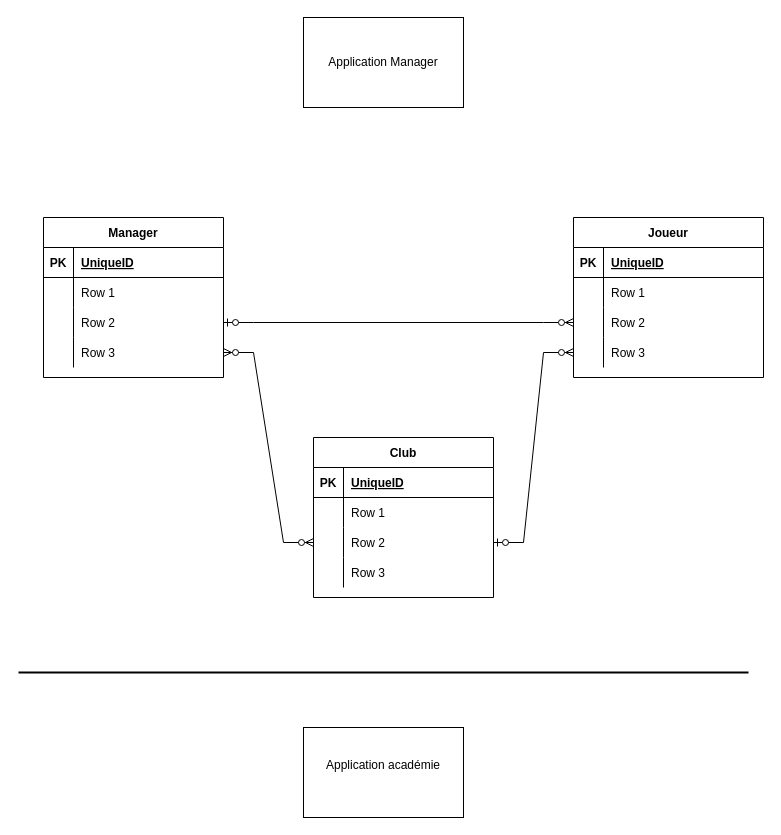
Above: FootPlayerManagerDiagram.drawio in CrespinChristophe/FootPlayerManager (draw.io), before the change. Source tidied: cells renumbered, new cells numbered last; positions are measured from the earlier drawing's top-left corner, leaving out a move shared by most shapes. Both pictures are drawn from the tidied source at 100%, with x=0, y=0 at pixel (18, 17).
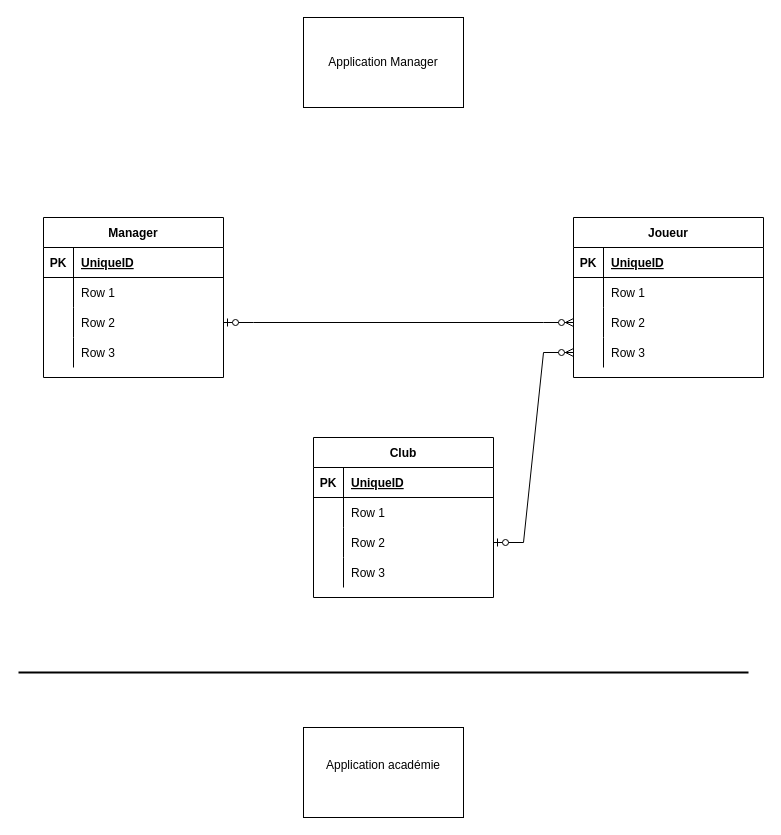
The same diagram, later.

Commit message:
Modif diagramme

The change refers to these unchanged cells:
```xml
<mxCell id="25" style="shape=tableRow;horizontal=0;startSize=0;swimlaneHead=0;swimlaneBody=0;fillColor=none;points=[[0,0.5],[1,0.5]];portConstraint=eastwest;top=0;left=0;right=0;bottom=0;" parent="15" vertex="1">
  <mxGeometry y="120" width="180" height="30" as="geometry" />
</mxCell>
<mxCell id="39" style="shape=tableRow;horizontal=0;startSize=0;swimlaneHead=0;swimlaneBody=0;fillColor=none;points=[[0,0.5],[1,0.5]];portConstraint=eastwest;top=0;left=0;right=0;bottom=0;" parent="32" vertex="1">
  <mxGeometry y="90" width="180" height="30" as="geometry" />
</mxCell>
```

The edit, as a diff of the source:
```diff
@@
-    <mxCell id="45" style="edgeStyle=entityRelationEdgeStyle;fontSize=12;html=1;endArrow=ERzeroToMany;endFill=1;startArrow=ERzeroToMany;rounded=0;entryX=0;entryY=0.5;entryDx=0;entryDy=0;exitX=1;exitY=0.5;exitDx=0;exitDy=0;" parent="1" edge="1" source="25" target="39">
-      <mxGeometry relative="1" as="geometry" />
-    </mxCell>
```
